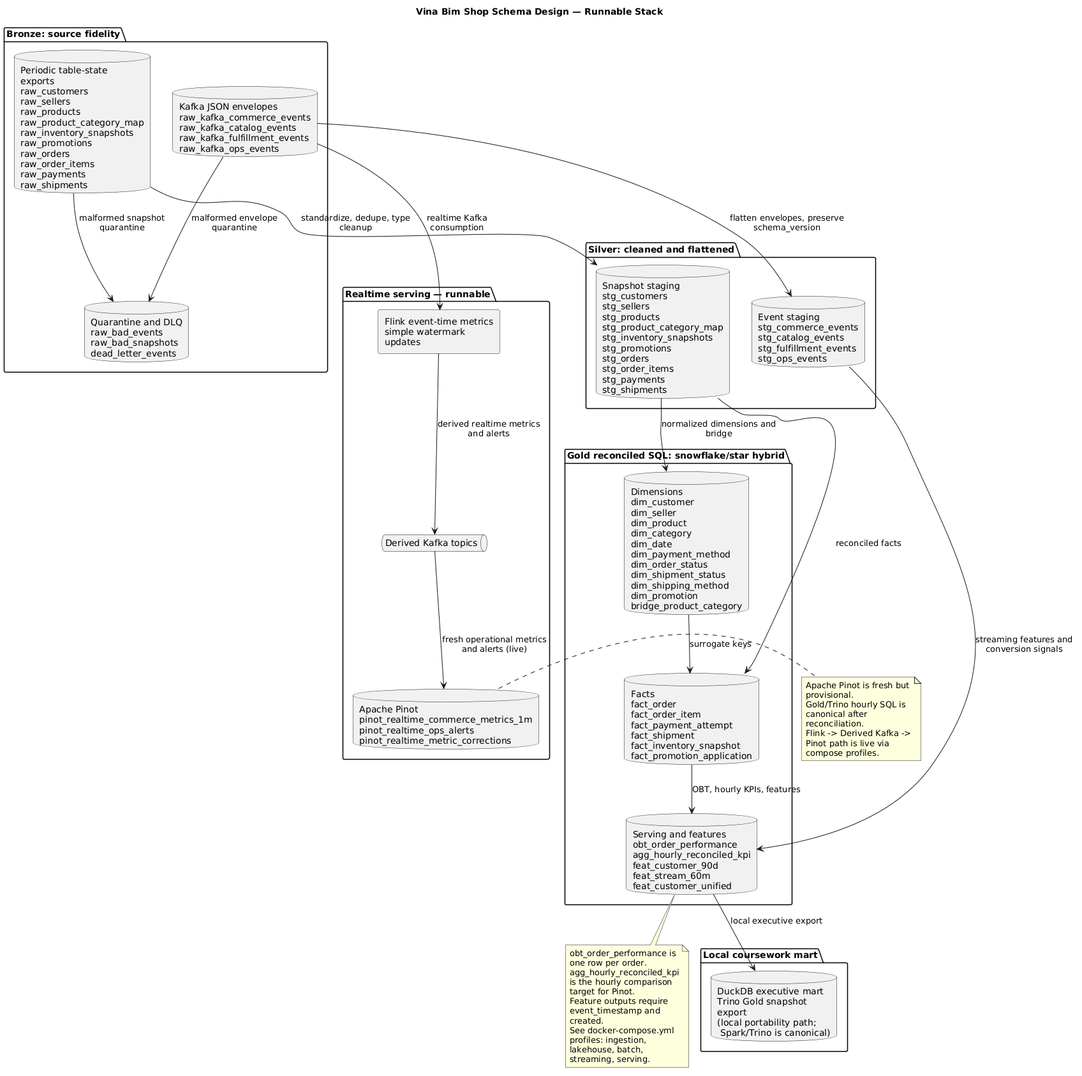
The PlantUML diagram evidence/02_schema_design/screenshots/schema_design.png in hhoangdo/ecom-data-platform-submission, before a commit.
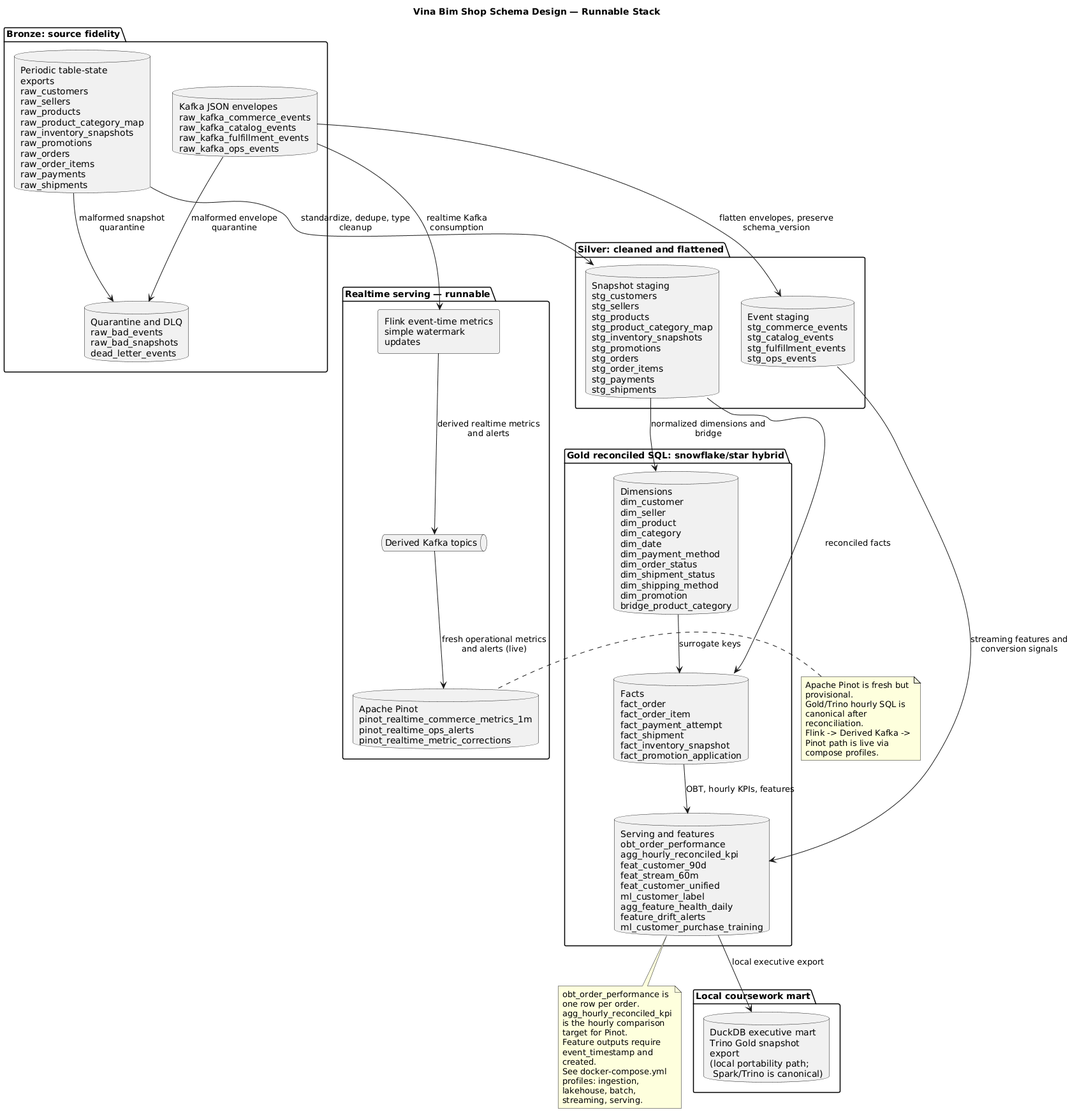
The same file after the commit.

Change to the diagram source:
```diff
@@ -19,7 +19,7 @@
 package "Gold reconciled SQL: snowflake/star hybrid" as Gold {
   database "Dimensions\ndim_customer\ndim_seller\ndim_product\ndim_category\ndim_date\ndim_payment_method\ndim_order_status\ndim_shipment_status\ndim_shipping_method\ndim_promotion\nbridge_product_category" as Dims
   database "Facts\nfact_order\nfact_order_item\nfact_payment_attempt\nfact_shipment\nfact_inventory_snapshot\nfact_promotion_application" as Facts
-  database "Serving and features\nobt_order_performance\nagg_hourly_reconciled_kpi\nfeat_customer_90d\nfeat_stream_60m\nfeat_customer_unified" as Serving
+  database "Serving and features\nobt_order_performance\nagg_hourly_reconciled_kpi\nfeat_customer_90d\nfeat_stream_60m\nfeat_customer_unified\nml_customer_label\nagg_feature_health_daily\nfeature_drift_alerts\nml_customer_purchase_training" as Serving
 }
 
 package "Realtime serving — runnable" as Realtime {
```
